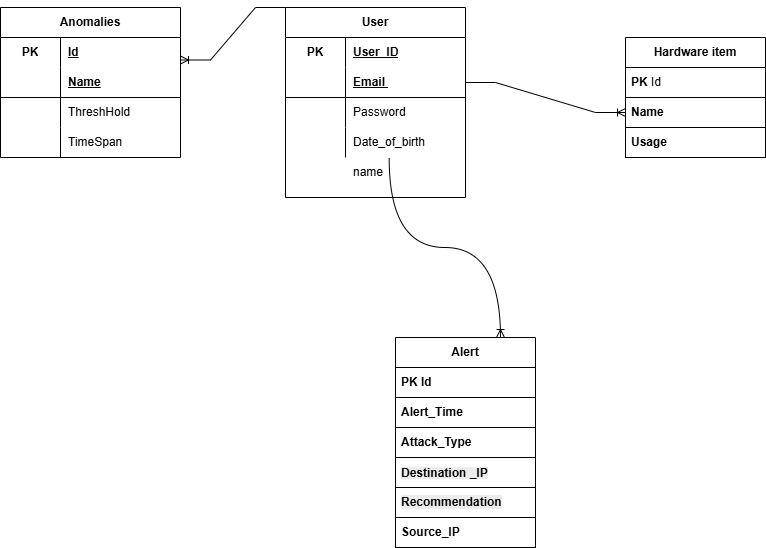
The draw.io diagram הפרוייקט/ERD.drawio.png in EyasSh/WiresharkClone, before a commit. Source tidied: cells renumbered, new cells last; positions are measured from the earlier drawing's top-left corner, leaving out a move shared by most shapes.
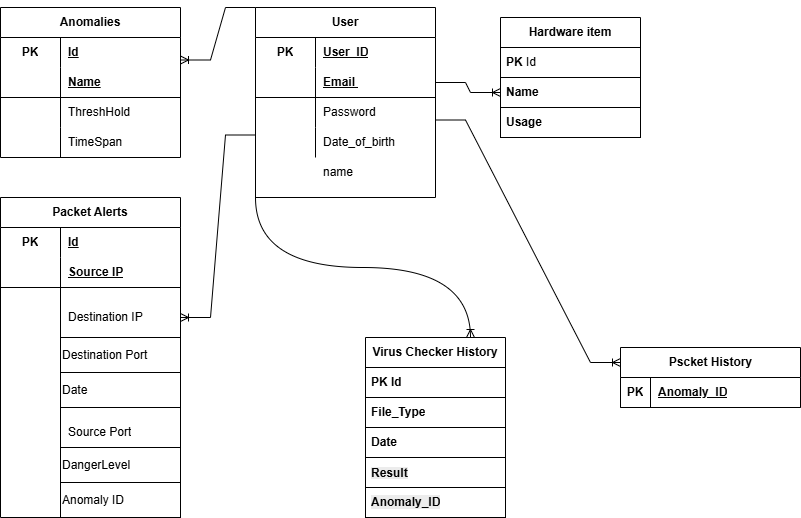
After the commit.

Diff of the diagram source:
```diff
@@ -8,7 +8,7 @@
       </mxGeometry>
     </mxCell>
     <mxCell id="3" value="&lt;b&gt;Hardware item&lt;/b&gt;" style="swimlane;fontStyle=0;horizontal=1;startSize=30;whiteSpace=wrap;html=1;" parent="1" vertex="1">
-      <mxGeometry x="625" y="200" width="140" height="120" as="geometry" />
+      <mxGeometry x="530" y="180" width="140" height="120" as="geometry" />
     </mxCell>
     <mxCell id="4" value="&lt;b&gt;PK &lt;/b&gt;Id" style="text;strokeColor=#000000;fillColor=none;align=left;verticalAlign=middle;spacingLeft=4;spacingRight=4;overflow=hidden;whiteSpace=wrap;html=1;" parent="3" vertex="1">
       <mxGeometry y="30" width="140" height="30" as="geometry" />
@@ -58,27 +58,24 @@
     <mxCell id="19" value="Date_of_birth&amp;nbsp;" style="shape=partialRectangle;fillColor=none;top=0;left=0;bottom=0;right=0;align=left;spacingLeft=6;overflow=hidden;html=1;whiteSpace=wrap;" parent="17" vertex="1">
       <mxGeometry x="60" width="120" height="30" as="geometry" />
     </mxCell>
-    <mxCell id="20" value="&lt;b&gt;Alert&lt;/b&gt;" style="swimlane;fontStyle=0;horizontal=1;startSize=30;whiteSpace=wrap;html=1;" parent="1" vertex="1">
-      <mxGeometry x="395" y="500" width="140" height="210" as="geometry" />
+    <mxCell id="20" value="&lt;b&gt;Virus Checker History&lt;/b&gt;" style="swimlane;fontStyle=0;horizontal=1;startSize=30;whiteSpace=wrap;html=1;" parent="1" vertex="1">
+      <mxGeometry x="395" y="500" width="140" height="180" as="geometry" />
     </mxCell>
     <mxCell id="21" value="&lt;b&gt;PK Id&lt;/b&gt;" style="text;strokeColor=default;fillColor=none;align=left;verticalAlign=middle;spacingLeft=4;spacingRight=4;overflow=hidden;whiteSpace=wrap;html=1;" parent="20" vertex="1">
       <mxGeometry y="30" width="140" height="30" as="geometry" />
     </mxCell>
-    <mxCell id="22" value="&lt;b&gt;Alert_Time&lt;/b&gt;" style="text;strokeColor=default;fillColor=none;align=left;verticalAlign=middle;spacingLeft=4;spacingRight=4;overflow=hidden;whiteSpace=wrap;html=1;" parent="20" vertex="1">
+    <mxCell id="22" value="&lt;b&gt;File_Type&lt;/b&gt;" style="text;strokeColor=default;fillColor=none;align=left;verticalAlign=middle;spacingLeft=4;spacingRight=4;overflow=hidden;whiteSpace=wrap;html=1;" parent="20" vertex="1">
       <mxGeometry y="60" width="140" height="30" as="geometry" />
     </mxCell>
-    <mxCell id="23" value="&lt;b&gt;Attack_Type&lt;/b&gt;" style="text;strokeColor=default;fillColor=none;align=left;verticalAlign=middle;spacingLeft=4;spacingRight=4;overflow=hidden;whiteSpace=wrap;html=1;" parent="20" vertex="1">
+    <mxCell id="23" value="&lt;b&gt;Date&lt;/b&gt;" style="text;strokeColor=default;fillColor=none;align=left;verticalAlign=middle;spacingLeft=4;spacingRight=4;overflow=hidden;whiteSpace=wrap;html=1;" parent="20" vertex="1">
       <mxGeometry y="90" width="140" height="30" as="geometry" />
     </mxCell>
-    <mxCell id="24" value="&lt;div style=&quot;line-height: 100%;&quot;&gt;&lt;span style=&quot;color: rgb(0, 0, 0); font-family: Helvetica; font-size: 12px; font-style: normal; font-variant-ligatures: normal; font-variant-caps: normal; letter-spacing: normal; orphans: 2; text-align: left; text-indent: 0px; text-transform: none; widows: 2; word-spacing: 0px; -webkit-text-stroke-width: 0px; white-space: normal; background-color: rgb(236, 236, 236); text-decoration-thickness: initial; text-decoration-style: initial; text-decoration-color: initial; float: none; display: inline !important;&quot;&gt;&lt;b&gt;Destination _IP&lt;/b&gt;&lt;/span&gt;&lt;div&gt;&lt;/div&gt;&lt;/div&gt;" style="text;strokeColor=default;fillColor=none;align=left;verticalAlign=middle;spacingLeft=4;spacingRight=4;overflow=hidden;whiteSpace=wrap;html=1;" parent="20" vertex="1">
+    <mxCell id="24" value="&lt;div style=&quot;line-height: 100%;&quot;&gt;&lt;span style=&quot;color: rgb(0, 0, 0); font-family: Helvetica; font-size: 12px; font-style: normal; font-variant-ligatures: normal; font-variant-caps: normal; letter-spacing: normal; orphans: 2; text-align: left; text-indent: 0px; text-transform: none; widows: 2; word-spacing: 0px; -webkit-text-stroke-width: 0px; white-space: normal; background-color: rgb(236, 236, 236); text-decoration-thickness: initial; text-decoration-style: initial; text-decoration-color: initial; float: none; display: inline !important;&quot;&gt;&lt;b&gt;Result&lt;/b&gt;&lt;/span&gt;&lt;div&gt;&lt;/div&gt;&lt;/div&gt;" style="text;strokeColor=default;fillColor=none;align=left;verticalAlign=middle;spacingLeft=4;spacingRight=4;overflow=hidden;whiteSpace=wrap;html=1;" parent="20" vertex="1">
       <mxGeometry y="120" width="140" height="30" as="geometry" />
     </mxCell>
-    <mxCell id="25" value="&lt;span style=&quot;color: rgb(0, 0, 0); font-family: Helvetica; font-size: 12px; font-style: normal; font-variant-ligatures: normal; font-variant-caps: normal; letter-spacing: normal; orphans: 2; text-align: left; text-indent: 0px; text-transform: none; widows: 2; word-spacing: 0px; -webkit-text-stroke-width: 0px; white-space: normal; background-color: rgb(236, 236, 236); text-decoration-thickness: initial; text-decoration-style: initial; text-decoration-color: initial; float: none; line-height: 100%; display: inline !important;&quot;&gt;&lt;b&gt;Recommendation&lt;/b&gt;&lt;/span&gt;" style="text;strokeColor=default;fillColor=none;align=left;verticalAlign=middle;spacingLeft=4;spacingRight=4;overflow=hidden;whiteSpace=wrap;html=1;" parent="20" vertex="1">
+    <mxCell id="25" value="&lt;span style=&quot;color: rgb(0, 0, 0); font-family: Helvetica; font-size: 12px; font-style: normal; font-variant-ligatures: normal; font-variant-caps: normal; letter-spacing: normal; orphans: 2; text-align: left; text-indent: 0px; text-transform: none; widows: 2; word-spacing: 0px; -webkit-text-stroke-width: 0px; white-space: normal; background-color: rgb(236, 236, 236); text-decoration-thickness: initial; text-decoration-style: initial; text-decoration-color: initial; float: none; line-height: 100%; display: inline !important;&quot;&gt;&lt;b&gt;Anomaly_ID&lt;/b&gt;&lt;/span&gt;" style="text;strokeColor=default;fillColor=none;align=left;verticalAlign=middle;spacingLeft=4;spacingRight=4;overflow=hidden;whiteSpace=wrap;html=1;" parent="20" vertex="1">
       <mxGeometry y="150" width="140" height="30" as="geometry" />
     </mxCell>
-    <mxCell id="26" value="&lt;div style=&quot;forced-color-adjust: none;&quot;&gt;&lt;b&gt;Source_IP&lt;/b&gt;&lt;/div&gt;" style="text;strokeColor=default;fillColor=none;align=left;verticalAlign=middle;spacingLeft=4;spacingRight=4;overflow=hidden;whiteSpace=wrap;html=1;" parent="20" vertex="1">
-      <mxGeometry y="180" width="140" height="30" as="geometry" />
-    </mxCell>
     <mxCell id="27" style="edgeStyle=entityRelationEdgeStyle;fontSize=12;html=1;endArrow=ERoneToMany;rounded=0;exitX=1;exitY=0.5;exitDx=0;exitDy=0;entryX=0;entryY=0.5;entryDx=0;entryDy=0;" parent="1" edge="1" source="11" target="5">
       <mxGeometry relative="1" as="geometry">
         <Array as="points">
@@ -86,11 +83,11 @@
         </Array>
       </mxGeometry>
     </mxCell>
-    <mxCell id="28" style="edgeStyle=orthogonalEdgeStyle;fontSize=12;html=1;endArrow=ERoneToMany;rounded=0;curved=1;entryX=0.75;entryY=0;entryDx=0;entryDy=0;exitX=0.576;exitY=1.023;exitDx=0;exitDy=0;exitPerimeter=0;" parent="1" edge="1" source="17" target="20">
+    <mxCell id="28" style="edgeStyle=orthogonalEdgeStyle;fontSize=12;html=1;endArrow=ERoneToMany;rounded=0;curved=1;entryX=0.75;entryY=0;entryDx=0;entryDy=0;exitX=0;exitY=1;exitDx=0;exitDy=0;" parent="1" edge="1" source="7" target="20">
       <mxGeometry relative="1" as="geometry" />
     </mxCell>
     <mxCell id="29" value="Anomalies" style="shape=table;startSize=30;rowLines=0;fontStyle=1;align=center;html=1;whiteSpace=wrap;" parent="1" vertex="1">
-      <mxGeometry y="170" width="180" height="150" as="geometry" />
+      <mxGeometry x="30" y="170" width="180" height="150" as="geometry" />
     </mxCell>
     <mxCell id="30" style="shape=tableRow;horizontal=0;startSize=0;swimlaneHead=0;swimlaneBody=0;fillColor=none;top=0;left=0;right=0;bottom=0;html=1;" parent="29" vertex="1">
       <mxGeometry y="30" width="180" height="30" as="geometry" />
@@ -134,5 +131,77 @@
     <mxCell id="43" value="name" style="shape=partialRectangle;fillColor=none;top=0;left=0;bottom=0;right=0;align=left;spacingLeft=6;overflow=hidden;html=1;whiteSpace=wrap;" parent="1" vertex="1">
       <mxGeometry x="345" y="320" width="120" height="30" as="geometry" />
     </mxCell>
+    <mxCell id="44" style="edgeStyle=entityRelationEdgeStyle;fontSize=12;html=1;endArrow=ERoneToMany;rounded=0;exitX=0;exitY=0.25;exitDx=0;exitDy=0;entryX=1;entryY=0.5;entryDx=0;entryDy=0;" parent="1" edge="1" source="18" target="53">
+      <mxGeometry relative="1" as="geometry" />
+    </mxCell>
+    <mxCell id="45" style="group;" parent="1" vertex="1">
+      <mxGeometry x="30" y="360" width="180" height="320" as="geometry" />
+    </mxCell>
+    <mxCell id="46" value="Packet Alerts" style="shape=table;startSize=30;rowLines=0;fontStyle=1;align=center;html=1;whiteSpace=wrap;" parent="45" vertex="1">
+      <mxGeometry width="180" height="320" as="geometry" />
+    </mxCell>
+    <mxCell id="47" style="shape=tableRow;horizontal=0;startSize=0;swimlaneHead=0;swimlaneBody=0;fillColor=none;top=0;left=0;right=0;bottom=0;html=1;" parent="46" vertex="1">
+      <mxGeometry y="30" width="180" height="30" as="geometry" />
+    </mxCell>
+    <mxCell id="48" value="PK" style="shape=partialRectangle;fillColor=none;top=0;left=0;bottom=0;right=0;fontStyle=1;overflow=hidden;html=1;whiteSpace=wrap;" parent="47" vertex="1">
+      <mxGeometry width="60" height="30" as="geometry" />
+    </mxCell>
+    <mxCell id="49" value="Id" style="shape=partialRectangle;fillColor=none;top=0;left=0;bottom=0;right=0;align=left;spacingLeft=6;fontStyle=5;overflow=hidden;html=1;whiteSpace=wrap;" parent="47" vertex="1">
+      <mxGeometry x="60" width="120" height="30" as="geometry" />
+    </mxCell>
+    <mxCell id="50" style="shape=tableRow;horizontal=0;startSize=0;swimlaneHead=0;swimlaneBody=0;fillColor=none;top=0;left=0;right=0;bottom=1;html=1;" parent="46" vertex="1">
+      <mxGeometry y="60" width="180" height="30" as="geometry" />
+    </mxCell>
+    <mxCell id="51" style="shape=partialRectangle;fillColor=none;top=0;left=0;bottom=0;right=0;fontStyle=1;overflow=hidden;html=1;whiteSpace=wrap;" parent="50" vertex="1">
+      <mxGeometry width="60" height="30" as="geometry" />
+    </mxCell>
+    <mxCell id="52" value="Source IP" style="shape=partialRectangle;fillColor=none;top=0;left=0;bottom=0;right=0;align=left;spacingLeft=6;fontStyle=5;overflow=hidden;html=1;whiteSpace=wrap;" parent="50" vertex="1">
+      <mxGeometry x="60" width="120" height="30" as="geometry" />
+    </mxCell>
+    <mxCell id="53" style="shape=tableRow;horizontal=0;startSize=0;swimlaneHead=0;swimlaneBody=0;fillColor=none;points=[[0,0.5],[1,0.5]];portConstraint=eastwest;top=0;left=0;right=0;bottom=0;html=1;" parent="46" vertex="1">
+      <mxGeometry y="90" width="180" height="60" as="geometry" />
+    </mxCell>
+    <mxCell id="54" style="shape=partialRectangle;fillColor=none;top=0;left=0;bottom=0;right=0;overflow=hidden;html=1;whiteSpace=wrap;" parent="53" vertex="1">
+      <mxGeometry width="60" height="60" as="geometry" />
+    </mxCell>
+    <mxCell id="55" value="Destination IP" style="shape=partialRectangle;fillColor=none;top=0;left=0;bottom=0;right=0;align=left;spacingLeft=6;overflow=hidden;html=1;whiteSpace=wrap;" parent="53" vertex="1">
+      <mxGeometry x="60" width="120" height="60" as="geometry" />
+    </mxCell>
+    <mxCell id="56" style="shape=tableRow;horizontal=0;startSize=0;swimlaneHead=0;swimlaneBody=0;fillColor=none;top=0;left=0;right=0;bottom=0;html=1;" parent="46" vertex="1">
+      <mxGeometry y="150" width="180" height="170" as="geometry" />
+    </mxCell>
+    <mxCell id="57" style="shape=partialRectangle;fillColor=none;top=0;left=0;bottom=0;right=0;overflow=hidden;html=1;whiteSpace=wrap;" parent="56" vertex="1">
+      <mxGeometry width="60" height="170" as="geometry" />
+    </mxCell>
+    <mxCell id="58" value="Source Port" style="shape=partialRectangle;fillColor=none;top=0;left=0;bottom=0;right=0;align=left;spacingLeft=6;overflow=hidden;html=1;whiteSpace=wrap;" parent="56" vertex="1">
+      <mxGeometry x="60" width="120" height="170" as="geometry" />
+    </mxCell>
+    <mxCell id="59" value="Destination Port" style="rounded=0;whiteSpace=wrap;html=1;align=left;" parent="45" vertex="1">
+      <mxGeometry x="60" y="140" width="120" height="35" as="geometry" />
+    </mxCell>
+    <mxCell id="60" value="DangerLevel" style="rounded=0;whiteSpace=wrap;html=1;align=left;" parent="45" vertex="1">
+      <mxGeometry x="60" y="250" width="120" height="35" as="geometry" />
+    </mxCell>
+    <mxCell id="61" value="Date" style="rounded=0;whiteSpace=wrap;html=1;align=left;" parent="45" vertex="1">
+      <mxGeometry x="60" y="175" width="120" height="35" as="geometry" />
+    </mxCell>
+    <mxCell id="62" value="Anomaly ID" style="rounded=0;whiteSpace=wrap;html=1;align=left;" parent="45" vertex="1">
+      <mxGeometry x="60" y="285" width="120" height="35" as="geometry" />
+    </mxCell>
+    <mxCell id="63" value="Pscket History" style="shape=table;startSize=30;rowLines=0;fontStyle=1;align=center;html=1;" parent="1" vertex="1">
+      <mxGeometry x="650" y="510" width="180" height="60" as="geometry" />
+    </mxCell>
+    <mxCell id="64" style="shape=tableRow;horizontal=0;startSize=0;swimlaneHead=0;swimlaneBody=0;fillColor=none;top=0;left=0;right=0;bottom=1;" parent="63" vertex="1">
+      <mxGeometry y="30" width="180" height="30" as="geometry" />
+    </mxCell>
+    <mxCell id="65" value="PK" style="shape=partialRectangle;fillColor=none;top=0;left=0;bottom=0;right=0;fontStyle=1;overflow=hidden;whiteSpace=wrap;html=1;" parent="64" vertex="1">
+      <mxGeometry width="30" height="30" as="geometry" />
+    </mxCell>
+    <mxCell id="66" value="Anomaly_ID" style="shape=partialRectangle;fillColor=none;top=0;left=0;bottom=0;right=0;align=left;spacingLeft=6;fontStyle=5;overflow=hidden;whiteSpace=wrap;html=1;" parent="64" vertex="1">
+      <mxGeometry x="30" width="150" height="30" as="geometry" />
+    </mxCell>
+    <mxCell id="67" style="edgeStyle=entityRelationEdgeStyle;fontSize=12;html=1;endArrow=ERoneToMany;rounded=0;exitX=1;exitY=0.75;exitDx=0;exitDy=0;entryX=0;entryY=0.25;entryDx=0;entryDy=0;" parent="1" edge="1" source="16" target="63">
+      <mxGeometry relative="1" as="geometry" />
+    </mxCell>
   </root>
 </mxGraphModel>
```
